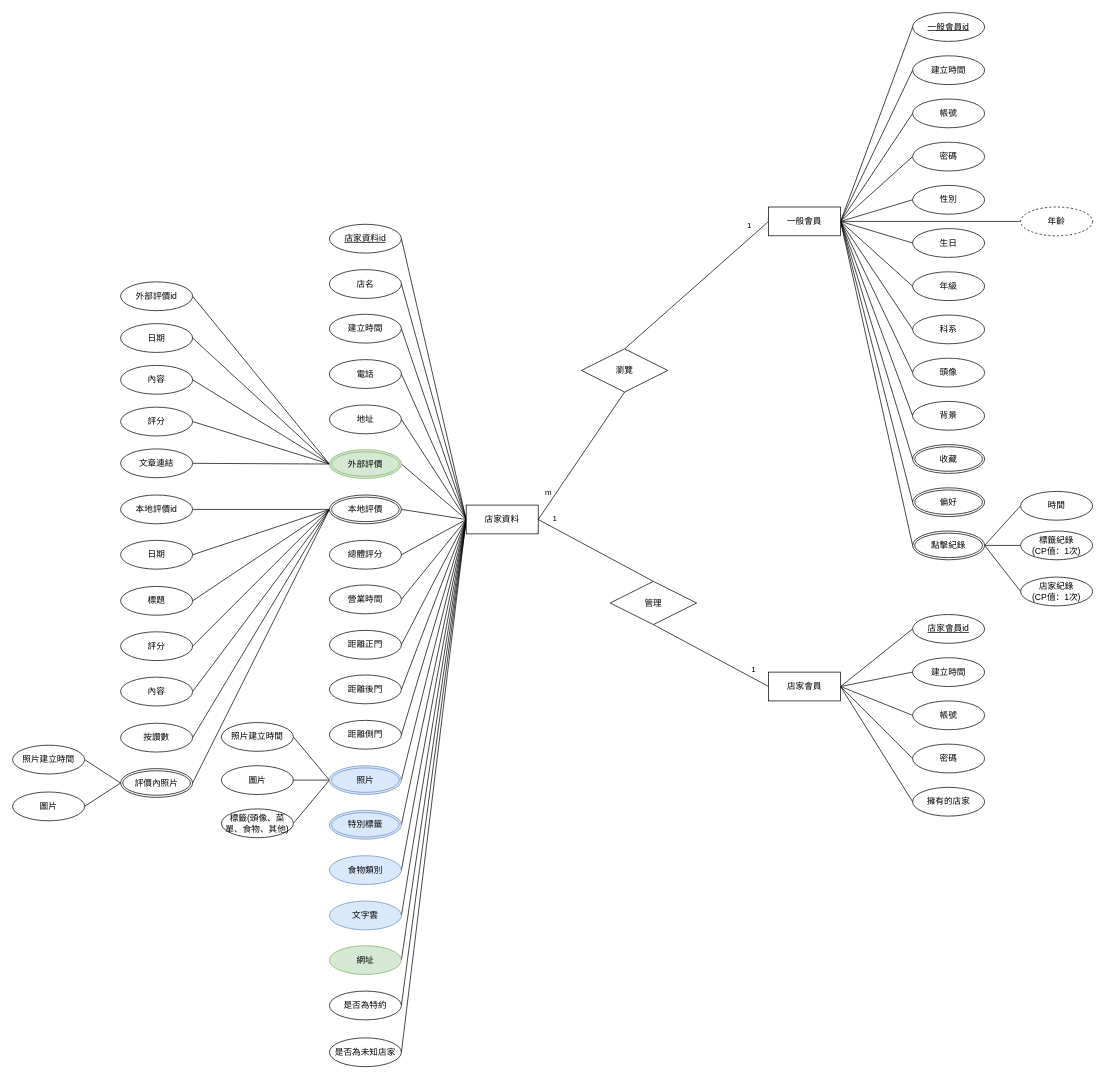
Above: 檔案繳交/資料庫/ERM/10846043_ERM.drawio in project-hungry-don-t-care-food/111402 (draw.io), before the change. Source tidied: cells renumbered, new cells numbered last; positions are measured from the earlier drawing's top-left corner, leaving out a move shared by most shapes. Both pictures are drawn from the tidied source at 72%, with x=0, y=0 at pixel (12, 12).
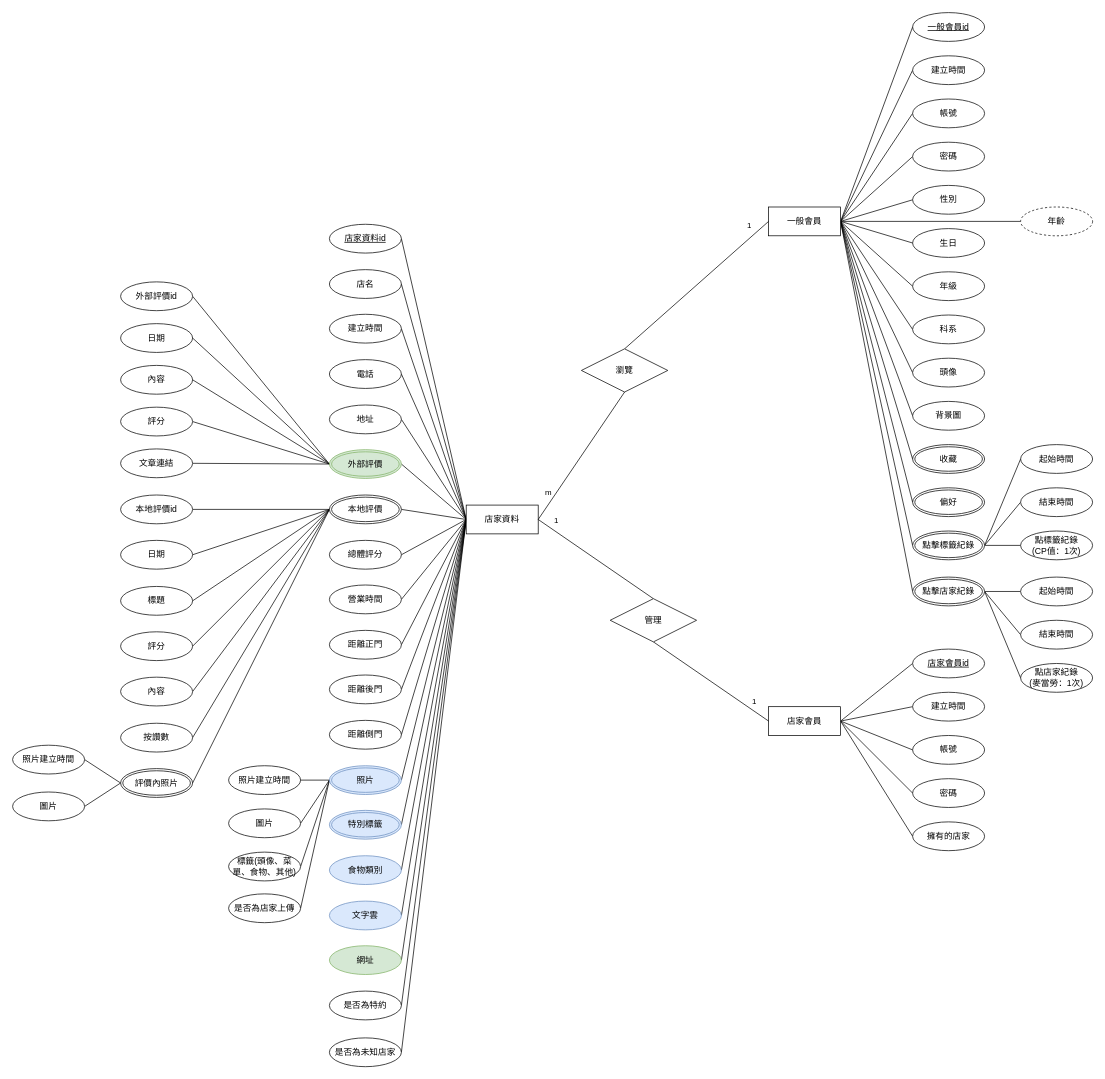
Above is the later version.

Unchanged cells that the change refers to:
```xml
<mxCell id="34" value="照片" style="ellipse;shape=doubleEllipse;margin=3;whiteSpace=wrap;html=1;align=center;fontFamily=Helvetica;fontSize=12;fillColor=#dae8fc;strokeColor=#6c8ebf;" parent="1" vertex="1">
  <mxGeometry x="440" y="1046" width="100" height="40" as="geometry" />
</mxCell>
<mxCell id="51" value="一般會員" style="whiteSpace=wrap;html=1;align=center;" parent="1" vertex="1">
  <mxGeometry x="1050" y="270" width="100" height="40" as="geometry" />
</mxCell>
```

The edit, as a diff of the source:
```diff
@@
+    <mxCell id="127" style="edgeStyle=none;rounded=0;jettySize=auto;html=1;exitX=0;exitY=0.5;exitDx=0;exitDy=0;entryX=1;entryY=0.5;entryDx=0;entryDy=0;endArrow=none;endFill=0;" parent="1" edge="1" source="34" target="136">
+      <mxGeometry relative="1" as="geometry" />
+    </mxCell>
@@
+    <mxCell id="128" style="rounded=0;jettySize=auto;html=1;exitX=1;exitY=0.5;exitDx=0;exitDy=0;entryX=0;entryY=0.5;entryDx=0;entryDy=0;endArrow=none;endFill=0;" parent="1" edge="1" source="51" target="133">
+      <mxGeometry relative="1" as="geometry" />
+    </mxCell>
@@
-    <mxCell id="55" value="背景" style="ellipse;whiteSpace=wrap;html=1;align=center;flipV=1;flipH=1;" parent="1" vertex="1">
+    <mxCell id="55" value="&lt;span style=&quot;text-align: left;&quot;&gt;背景圖&lt;/span&gt;" style="ellipse;whiteSpace=wrap;html=1;align=center;flipV=1;flipH=1;" parent="1" vertex="1">
       <mxGeometry x="1250" y="540" width="100" height="40" as="geometry" />
     </mxCell>
@@
     <mxCell id="65" value="店家會員" style="whiteSpace=wrap;html=1;align=center;" parent="1" vertex="1">
-      <mxGeometry x="1050" y="916" width="100" height="40" as="geometry" />
+      <mxGeometry x="1050" y="964" width="100" height="40" as="geometry" />
     </mxCell>
     <mxCell id="66" value="密碼" style="ellipse;whiteSpace=wrap;html=1;align=center;" parent="1" vertex="1">
-      <mxGeometry x="1250" y="1016" width="100" height="40" as="geometry" />
+      <mxGeometry x="1250" y="1064" width="100" height="40" as="geometry" />
     </mxCell>
     <mxCell id="67" value="帳號" style="ellipse;whiteSpace=wrap;html=1;align=center;" parent="1" vertex="1">
-      <mxGeometry x="1250" y="956" width="100" height="40" as="geometry" />
+      <mxGeometry x="1250" y="1004" width="100" height="40" as="geometry" />
     </mxCell>
     <mxCell id="68" value="擁有的店家" style="ellipse;whiteSpace=wrap;html=1;align=center;fontFamily=Helvetica;fontSize=12;" parent="1" vertex="1">
-      <mxGeometry x="1250" y="1076" width="100" height="40" as="geometry" />
+      <mxGeometry x="1250" y="1124" width="100" height="40" as="geometry" />
     </mxCell>
@@
     <mxCell id="74" value="管理" style="shape=rhombus;perimeter=rhombusPerimeter;whiteSpace=wrap;html=1;align=center;" parent="1" vertex="1">
-      <mxGeometry x="830" y="790" width="120" height="60" as="geometry" />
+      <mxGeometry x="830" y="814" width="120" height="60" as="geometry" />
     </mxCell>
@@
     <mxCell id="76" value="店家會員id" style="ellipse;whiteSpace=wrap;html=1;align=center;fontStyle=4;" parent="1" vertex="1">
-      <mxGeometry x="1250" y="836" width="100" height="40" as="geometry" />
+      <mxGeometry x="1250" y="884" width="100" height="40" as="geometry" />
     </mxCell>
@@
     <mxCell id="79" value="圖片" style="ellipse;whiteSpace=wrap;html=1;align=center;" parent="1" vertex="1">
-      <mxGeometry x="290" y="1046" width="100" height="40" as="geometry" />
+      <mxGeometry x="300" y="1106" width="100" height="40" as="geometry" />
     </mxCell>
     <mxCell id="80" value="標籤(頭像、菜單、食物、其他)" style="ellipse;whiteSpace=wrap;html=1;align=center;" parent="1" vertex="1">
-      <mxGeometry x="290" y="1106" width="100" height="40" as="geometry" />
+      <mxGeometry x="300" y="1166" width="100" height="40" as="geometry" />
     </mxCell>
@@
     <mxCell id="84" value="建立時間" style="ellipse;whiteSpace=wrap;html=1;align=center;" parent="1" vertex="1">
-      <mxGeometry x="1250" y="896" width="100" height="40" as="geometry" />
+      <mxGeometry x="1250" y="944" width="100" height="40" as="geometry" />
     </mxCell>
     <mxCell id="85" value="照片建立時間" style="ellipse;whiteSpace=wrap;html=1;align=center;" parent="1" vertex="1">
-      <mxGeometry x="290" y="986" width="100" height="40" as="geometry" />
+      <mxGeometry x="300" y="1046" width="100" height="40" as="geometry" />
     </mxCell>
@@
-    <mxCell id="104" style="edgeStyle=none;rounded=0;jettySize=auto;html=1;exitX=1;exitY=0.5;exitDx=0;exitDy=0;entryX=0;entryY=0.5;entryDx=0;entryDy=0;endArrow=none;endFill=0;" parent="1" edge="1" source="105" target="126">
-      <mxGeometry relative="1" as="geometry" />
-    </mxCell>
+    <mxCell id="129" style="rounded=0;jettySize=auto;html=1;exitX=1;exitY=0.5;exitDx=0;exitDy=0;entryX=0;entryY=0.5;entryDx=0;entryDy=0;endArrow=none;endFill=0;" parent="1" edge="1" source="105" target="135">
+      <mxGeometry relative="1" as="geometry" />
+    </mxCell>
-    <mxCell id="105" value="點擊紀錄" style="ellipse;shape=doubleEllipse;margin=3;whiteSpace=wrap;html=1;align=center;flipV=1;flipH=1;" parent="1" vertex="1">
+    <mxCell id="105" value="點擊標籤紀錄" style="ellipse;shape=doubleEllipse;margin=3;whiteSpace=wrap;html=1;align=center;flipV=1;flipH=1;" parent="1" vertex="1">
       <mxGeometry x="1250" y="720" width="100" height="40" as="geometry" />
     </mxCell>
-    <mxCell id="106" value="時間" style="ellipse;whiteSpace=wrap;html=1;align=center;flipV=1;flipH=1;" parent="1" vertex="1">
-      <mxGeometry x="1400" y="665" width="100" height="40" as="geometry" />
+    <mxCell id="106" value="起始時間" style="ellipse;whiteSpace=wrap;html=1;align=center;flipV=1;flipH=1;" parent="1" vertex="1">
+      <mxGeometry x="1400" y="600" width="100" height="40" as="geometry" />
     </mxCell>
-    <mxCell id="107" value="標籤紀錄&lt;br&gt;(CP值：1次)" style="ellipse;whiteSpace=wrap;html=1;align=center;flipV=1;flipH=1;" parent="1" vertex="1">
+    <mxCell id="107" value="點標籤紀錄&lt;br&gt;(CP值：1次)" style="ellipse;whiteSpace=wrap;html=1;align=center;flipV=1;flipH=1;" parent="1" vertex="1">
       <mxGeometry x="1400" y="720" width="100" height="40" as="geometry" />
     </mxCell>
@@
-    <mxCell id="126" value="店家紀錄&lt;br&gt;(CP值：1次)" style="ellipse;whiteSpace=wrap;html=1;align=center;flipV=1;flipH=1;" parent="1" vertex="1">
-      <mxGeometry x="1400" y="784" width="100" height="40" as="geometry" />
-    </mxCell>
+    <mxCell id="130" style="edgeStyle=none;rounded=0;jettySize=auto;html=1;exitX=1;exitY=0.5;exitDx=0;exitDy=0;entryX=0;entryY=0.5;entryDx=0;entryDy=0;endArrow=none;endFill=0;" parent="1" edge="1" source="133" target="134">
+      <mxGeometry relative="1" as="geometry" />
+    </mxCell>
+    <mxCell id="131" style="edgeStyle=none;rounded=0;jettySize=auto;html=1;exitX=1;exitY=0.5;exitDx=0;exitDy=0;entryX=0;entryY=0.5;entryDx=0;entryDy=0;endArrow=none;endFill=0;" parent="1" edge="1" source="133" target="137">
+      <mxGeometry relative="1" as="geometry" />
+    </mxCell>
+    <mxCell id="132" style="edgeStyle=none;rounded=0;jettySize=auto;html=1;exitX=1;exitY=0.5;exitDx=0;exitDy=0;entryX=0;entryY=0.5;entryDx=0;entryDy=0;endArrow=none;endFill=0;" parent="1" edge="1" source="133" target="138">
+      <mxGeometry relative="1" as="geometry" />
+    </mxCell>
+    <mxCell id="133" value="點擊店家紀錄" style="ellipse;shape=doubleEllipse;margin=3;whiteSpace=wrap;html=1;align=center;flipV=1;flipH=1;" parent="1" vertex="1">
+      <mxGeometry x="1250" y="784" width="100" height="40" as="geometry" />
+    </mxCell>
+    <mxCell id="134" value="點店家紀錄&lt;br&gt;(麥當勞：1次)" style="ellipse;whiteSpace=wrap;html=1;align=center;flipV=1;flipH=1;" parent="1" vertex="1">
+      <mxGeometry x="1400" y="904" width="100" height="40" as="geometry" />
+    </mxCell>
+    <mxCell id="135" value="結束時間" style="ellipse;whiteSpace=wrap;html=1;align=center;flipV=1;flipH=1;" parent="1" vertex="1">
+      <mxGeometry x="1400" y="660" width="100" height="40" as="geometry" />
+    </mxCell>
+    <mxCell id="136" value="是否為店家上傳" style="ellipse;whiteSpace=wrap;html=1;align=center;" parent="1" vertex="1">
+      <mxGeometry x="300" y="1224" width="100" height="40" as="geometry" />
+    </mxCell>
+    <mxCell id="137" value="起始時間" style="ellipse;whiteSpace=wrap;html=1;align=center;flipV=1;flipH=1;" parent="1" vertex="1">
+      <mxGeometry x="1400" y="784" width="100" height="40" as="geometry" />
+    </mxCell>
+    <mxCell id="138" value="結束時間" style="ellipse;whiteSpace=wrap;html=1;align=center;flipV=1;flipH=1;" parent="1" vertex="1">
+      <mxGeometry x="1400" y="844" width="100" height="40" as="geometry" />
+    </mxCell>
```
